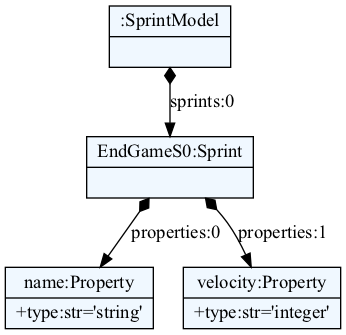
This is examples/sprintOne.dot.png from vlaksi/JSZD-Proj, a Graphviz export, as it was before one commit. Its source is kept beside it as examples/sprintOne.dot.
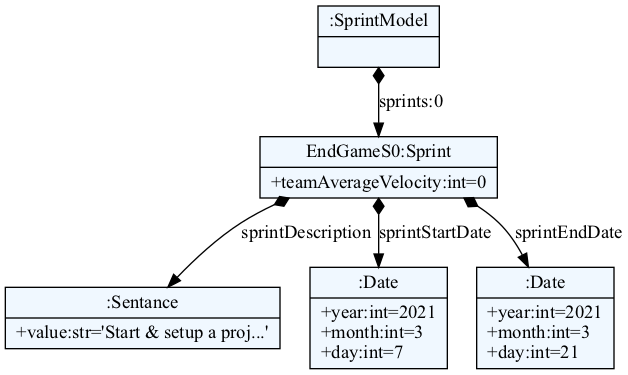
The same file after the commit.

Commit message:
feature|test[grammar]: added sentance for the many words & added ; as separator between new lines & added initial test for the sprint

Diff of the diagram source:
```diff
@@ -10,12 +10,14 @@
     edge[dir=black,arrowtail=empty]
 
 
-4316889584 -> 4316891024 [label="sprints:0" arrowtail=diamond dir=both]
-4316891024 -> 4316891216 [label="properties:0" arrowtail=diamond dir=both]
-4316891216[label="{name:Property|+type:str='string'\l}"]
-4316891024 -> 4316891312 [label="properties:1" arrowtail=diamond dir=both]
-4316891312[label="{velocity:Property|+type:str='integer'\l}"]
-4316891024[label="{EndGameS0:Sprint|}"]
-4316889584[label="{:SprintModel|}"]
+4319065616 -> 4319066048 [label="sprints:0" arrowtail=diamond dir=both]
+4319066048 -> 4319066144 [label="sprintDescription" arrowtail=diamond dir=both]
+4319066144[label="{:Sentance|+value:str='Start & setup a proj...'\l}"]
+4319066048 -> 4319066240 [label="sprintStartDate" arrowtail=diamond dir=both]
+4319066240[label="{:Date|+year:int=2021\l+month:int=3\l+day:int=7\l}"]
+4319066048 -> 4319066288 [label="sprintEndDate" arrowtail=diamond dir=both]
+4319066288[label="{:Date|+year:int=2021\l+month:int=3\l+day:int=21\l}"]
+4319066048[label="{EndGameS0:Sprint|+teamAverageVelocity:int=0\l}"]
+4319065616[label="{:SprintModel|}"]
 
 }
```
